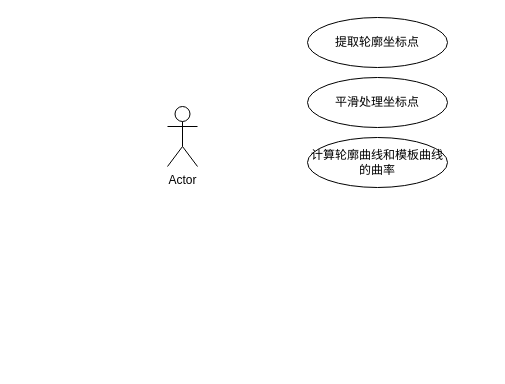
The draw.io diagram 未命名绘图.drawio in typorphia/hello-world, before the edit. Source tidied: cells renumbered, new cells numbered last; positions are measured from the earlier drawing's top-left corner, leaving out a move shared by most shapes. Both pictures are drawn from the tidied source at 100%, with x=0, y=0 at pixel (167, 17).
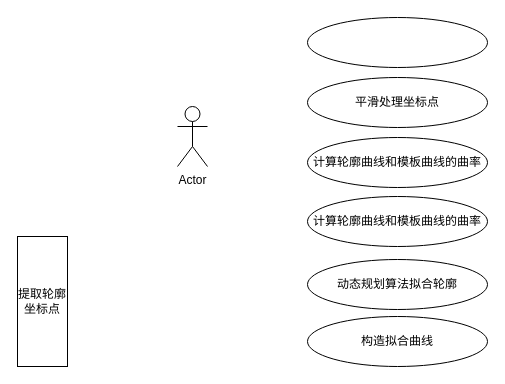
After the change.

Commit message (it also covers changes not shown here):
更新未命名绘图.drawio

Diff of the diagram source:
```diff
@@
 <mxGraphModel>
   <root>
     <mxCell id="0" />
     <mxCell id="1" parent="0" />
     <mxCell id="2" value="Actor" style="shape=umlActor;verticalLabelPosition=bottom;verticalAlign=top;html=1;" parent="1" vertex="1">
-      <mxGeometry y="89" width="30" height="60" as="geometry" />
+      <mxGeometry x="10" y="89" width="30" height="60" as="geometry" />
     </mxCell>
-    <mxCell id="3" value="提取轮廓坐标点" style="ellipse;whiteSpace=wrap;html=1;" parent="1" vertex="1">
-      <mxGeometry x="140" width="140" height="50" as="geometry" />
+    <mxCell id="3" style="ellipse;whiteSpace=wrap;html=1;" parent="1" vertex="1">
+      <mxGeometry x="140" width="180" height="50" as="geometry" />
     </mxCell>
     <mxCell id="4" value="平滑处理坐标点" style="ellipse;whiteSpace=wrap;html=1;" parent="1" vertex="1">
-      <mxGeometry x="140" y="60" width="140" height="50" as="geometry" />
+      <mxGeometry x="140" y="60" width="180" height="50" as="geometry" />
     </mxCell>
     <mxCell id="5" value="计算轮廓曲线和模板曲线的曲率" style="ellipse;whiteSpace=wrap;html=1;" parent="1" vertex="1">
-      <mxGeometry x="140" y="120" width="140" height="50" as="geometry" />
+      <mxGeometry x="140" y="120" width="180" height="50" as="geometry" />
     </mxCell>
+    <mxCell id="6" value="计算轮廓曲线和模板曲线的曲率" style="ellipse;whiteSpace=wrap;html=1;" parent="1" vertex="1">
+      <mxGeometry x="140" y="179" width="180" height="50" as="geometry" />
+    </mxCell>
+    <mxCell id="7" value="动态规划算法拟合轮廓" style="ellipse;whiteSpace=wrap;html=1;" parent="1" vertex="1">
+      <mxGeometry x="140" y="242" width="180" height="50" as="geometry" />
+    </mxCell>
+    <mxCell id="8" value="构造拟合曲线" style="ellipse;whiteSpace=wrap;html=1;" parent="1" vertex="1">
+      <mxGeometry x="140" y="299" width="180" height="50" as="geometry" />
+    </mxCell>
+    <mxCell id="9" value="提取轮廓坐标点" style="rounded=0;whiteSpace=wrap;html=1;" parent="1" vertex="1">
+      <mxGeometry x="-150" y="219" width="50" height="130" as="geometry" />
+    </mxCell>
   </root>
 </mxGraphModel>
```
